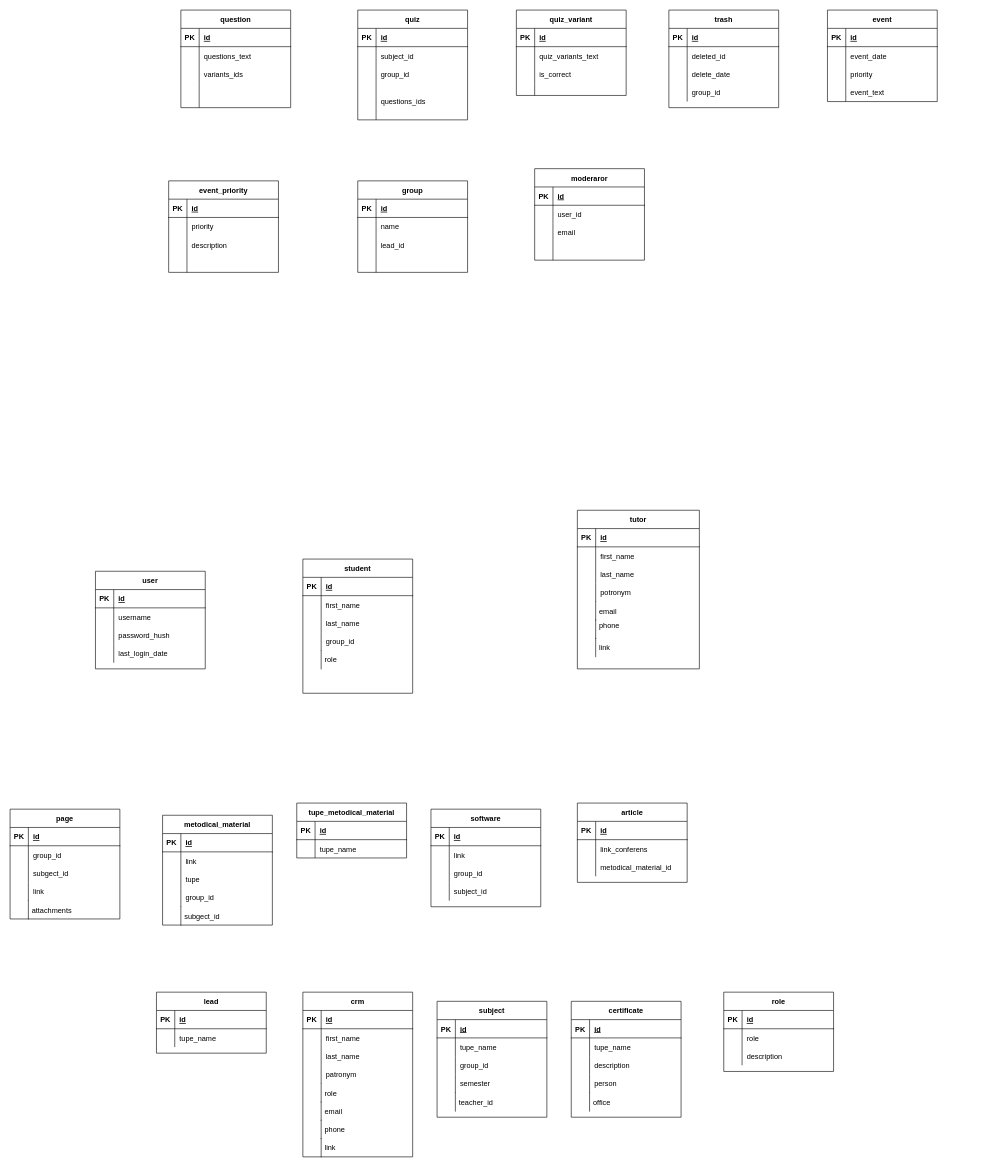
Before: Untitled Diagram.drawio in student-archive/backend, a draw.io diagram. Source tidied: cells renumbered, new cells numbered last; positions are measured from the earlier drawing's top-left corner, leaving out a move shared by most shapes. Both pictures are drawn from the tidied source at 61%, with x=0, y=0 at pixel (10, 10).
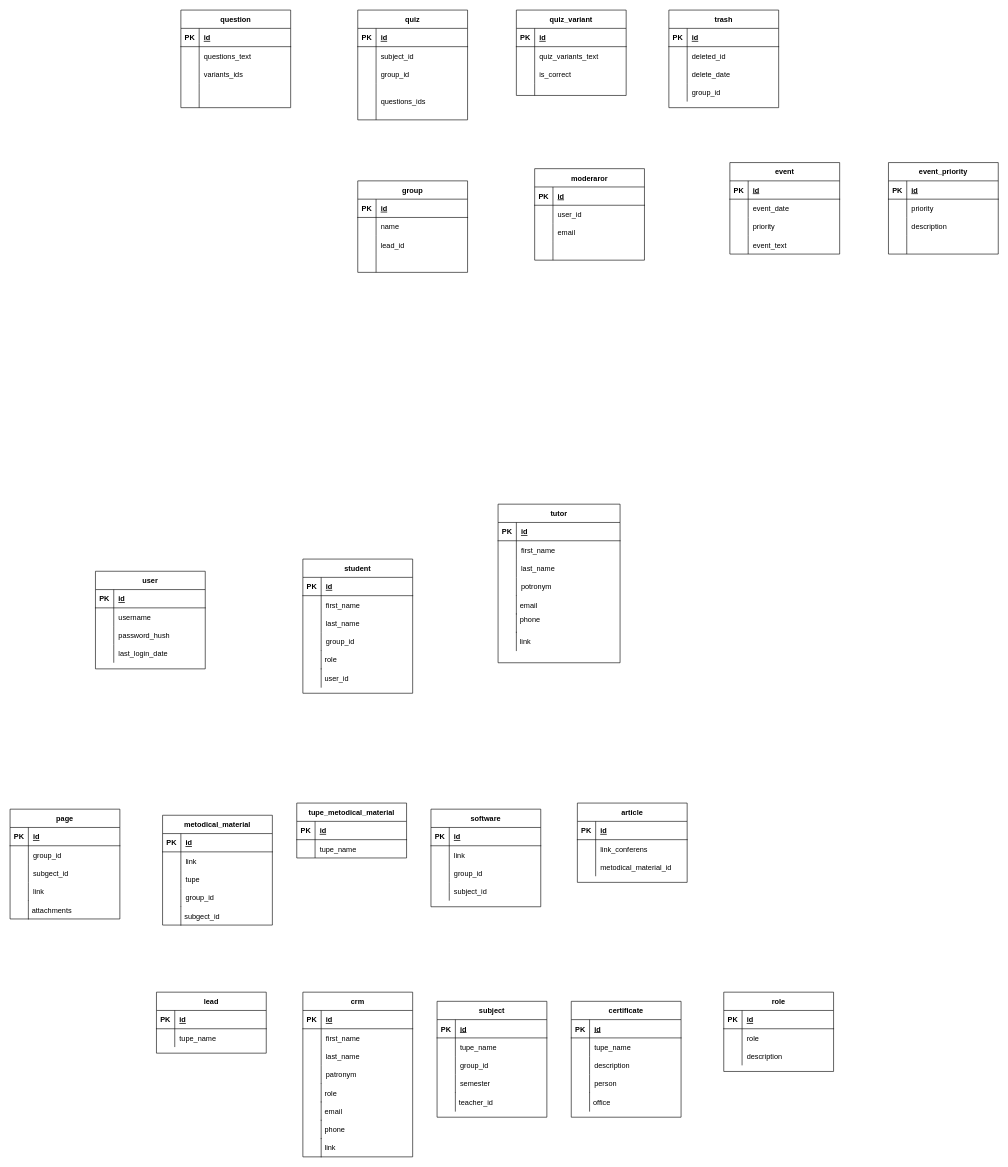
The same page after the edit.

Commit message:
feat(databases): add field

What changed in the source:
```diff
@@
     <mxCell id="54" value="event" style="shape=table;startSize=30;childLayout=tableLayout;rowLines=0;fontStyle=1;align=center;" parent="1" vertex="1">
-      <mxGeometry x="1340" width="180" height="150" as="geometry" />
+      <mxGeometry x="1180" y="250" width="180" height="150" as="geometry" />
     </mxCell>
@@
     <mxCell id="74" value="event_priority" style="shape=table;startSize=30;childLayout=tableLayout;rowLines=0;fontStyle=1;align=center;" parent="1" vertex="1">
-      <mxGeometry x="260" y="280" width="180" height="150" as="geometry" />
+      <mxGeometry x="1440" y="250" width="180" height="150" as="geometry" />
     </mxCell>
@@
     <mxCell id="254" style="group;" parent="1" vertex="1">
-      <mxGeometry x="930" y="820" width="200" height="260" as="geometry" />
+      <mxGeometry x="800" y="810" width="200" height="260" as="geometry" />
     </mxCell>
@@
+    <mxCell id="290" style="group;" parent="1" vertex="1">
+      <mxGeometry x="480" y="900" width="180" height="220" as="geometry" />
+    </mxCell>
-    <mxCell id="274" style="group;" parent="1" vertex="1">
-      <mxGeometry x="480" y="900" width="180" height="220" as="geometry" />
+    <mxCell id="274" style="group;" parent="290" vertex="1">
+      <mxGeometry width="180" height="220" as="geometry" />
     </mxCell>
@@
+    <mxCell id="291" value="user_id" style="shape=partialRectangle;fillColor=none;align=left;verticalAlign=middle;strokeColor=none;spacingLeft=34;" parent="290" vertex="1">
+      <mxGeometry y="180" width="90" height="30" as="geometry" />
+    </mxCell>
+    <mxCell id="292" style="shape=partialRectangle;top=0;left=0;bottom=0;fillColor=none;stokeWidth=1;align=left;verticalAlign=middle;spacingLeft=4;spacingRight=4;overflow=hidden;" parent="291" vertex="1">
+      <mxGeometry width="30" height="30" as="geometry" />
+    </mxCell>
```
